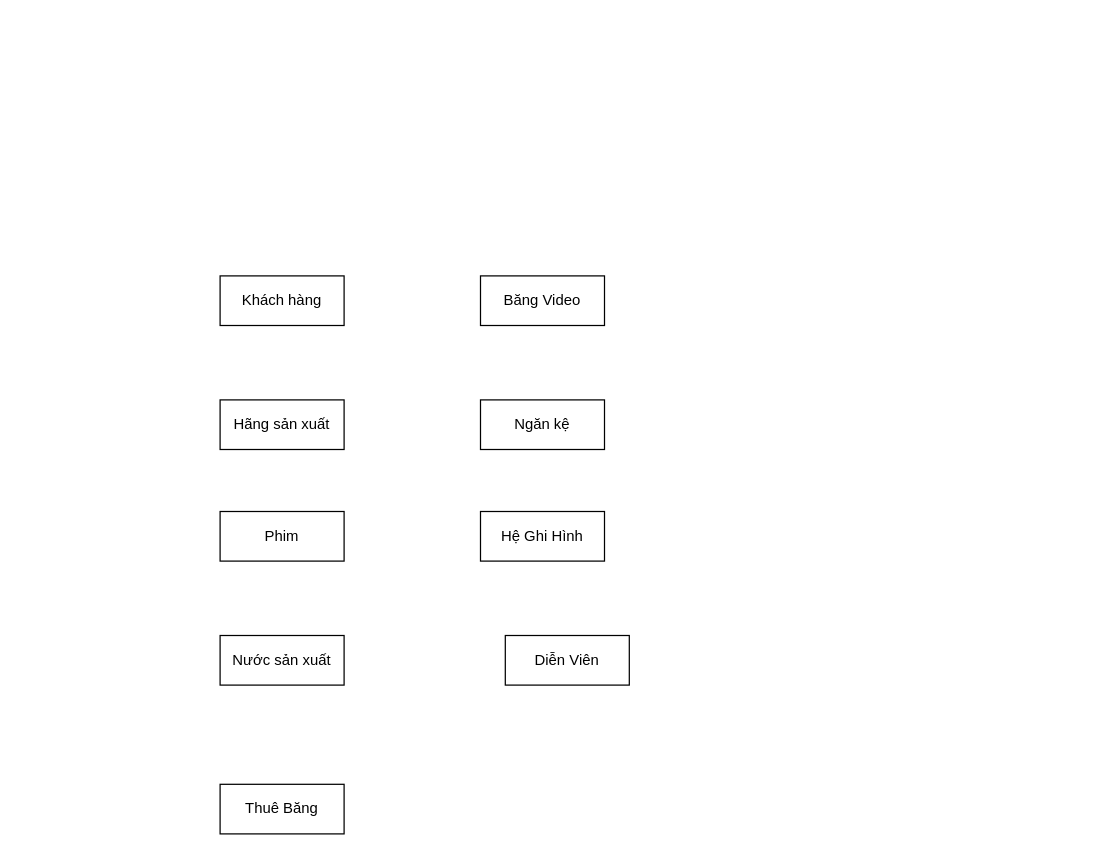
The draw.io diagram DB_HW5_5.drawio in reality8080/DBHW5_5, before the edit. Source tidied: cells renumbered, new cells numbered last; positions are measured from the earlier drawing's top-left corner, leaving out a move shared by most shapes. Both pictures are drawn from the tidied source at 124%, with x=0, y=0 at pixel (219, 275).
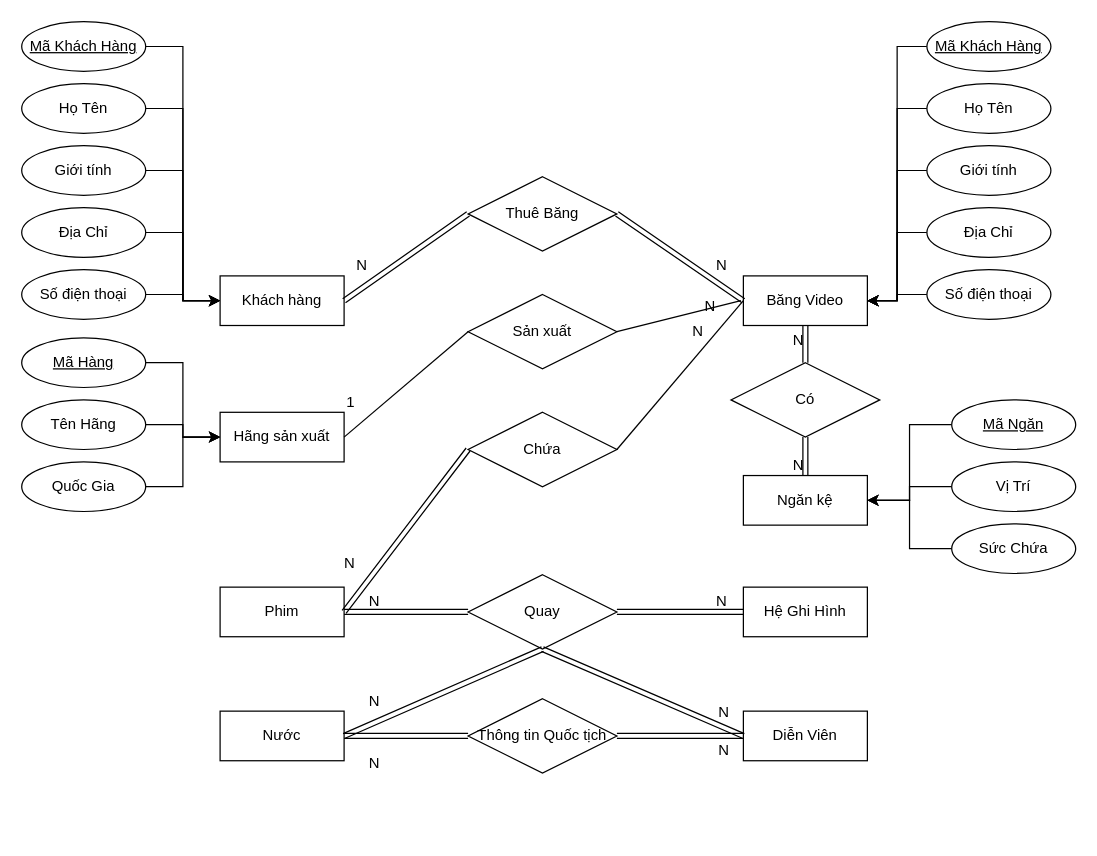
Above is the later version.

The change refers to these unchanged cells:
```xml
<mxCell id="2" value="Khách hàng" style="whiteSpace=wrap;html=1;align=center;" parent="1" vertex="1">
  <mxGeometry width="100" height="40" as="geometry" />
</mxCell>
```

Change to the diagram source:
```diff
@@
     <mxCell id="3" value="Băng Video" style="whiteSpace=wrap;html=1;align=center;" parent="1" vertex="1">
-      <mxGeometry x="210" width="100" height="40" as="geometry" />
+      <mxGeometry x="422" width="100" height="40" as="geometry" />
     </mxCell>
     <mxCell id="4" value="Hãng sản xuất" style="whiteSpace=wrap;html=1;align=center;" parent="1" vertex="1">
-      <mxGeometry y="100" width="100" height="40" as="geometry" />
+      <mxGeometry y="110" width="100" height="40" as="geometry" />
     </mxCell>
     <mxCell id="5" value="Phim" style="whiteSpace=wrap;html=1;align=center;" parent="1" vertex="1">
-      <mxGeometry y="190" width="100" height="40" as="geometry" />
+      <mxGeometry y="251" width="100" height="40" as="geometry" />
     </mxCell>
     <mxCell id="6" value="Ngăn kệ" style="whiteSpace=wrap;html=1;align=center;" parent="1" vertex="1">
-      <mxGeometry x="210" y="100" width="100" height="40" as="geometry" />
+      <mxGeometry x="422" y="161" width="100" height="40" as="geometry" />
     </mxCell>
-    <mxCell id="7" value="Nước sản xuất" style="whiteSpace=wrap;html=1;align=center;" parent="1" vertex="1">
-      <mxGeometry y="290" width="100" height="40" as="geometry" />
+    <mxCell id="7" value="Nước" style="whiteSpace=wrap;html=1;align=center;" parent="1" vertex="1">
+      <mxGeometry y="351" width="100" height="40" as="geometry" />
     </mxCell>
     <mxCell id="8" value="Diễn Viên" style="whiteSpace=wrap;html=1;align=center;" parent="1" vertex="1">
-      <mxGeometry x="230" y="290" width="100" height="40" as="geometry" />
+      <mxGeometry x="422" y="351" width="100" height="40" as="geometry" />
     </mxCell>
     <mxCell id="9" value="Hệ Ghi Hình" style="whiteSpace=wrap;html=1;align=center;" parent="1" vertex="1">
-      <mxGeometry x="210" y="190" width="100" height="40" as="geometry" />
+      <mxGeometry x="422" y="251" width="100" height="40" as="geometry" />
     </mxCell>
-    <mxCell id="10" value="Thuê Băng" style="whiteSpace=wrap;html=1;align=center;" parent="1" vertex="1">
-      <mxGeometry y="410" width="100" height="40" as="geometry" />
+    <mxCell id="10" value="Thuê Băng" style="shape=rhombus;perimeter=rhombusPerimeter;whiteSpace=wrap;html=1;align=center;" parent="1" vertex="1">
+      <mxGeometry x="200" y="-80" width="120" height="60" as="geometry" />
     </mxCell>
+    <mxCell id="11" style="shape=link;html=1;rounded=0;exitX=0;exitY=0.5;exitDx=0;exitDy=0;entryX=1;entryY=0.5;entryDx=0;entryDy=0;" parent="1" edge="1" source="10" target="2">
+      <mxGeometry relative="1" as="geometry" />
+    </mxCell>
+    <mxCell id="12" value="N" style="html=1;whiteSpace=wrap;align=right;verticalAlign=bottom;" parent="11" vertex="1">
+      <mxGeometry x="1" relative="1" as="geometry">
+        <mxPoint x="20" y="-20" as="offset" />
+      </mxGeometry>
+    </mxCell>
+    <mxCell id="13" style="shape=link;html=1;rounded=0;exitX=1;exitY=0.5;exitDx=0;exitDy=0;entryX=0;entryY=0.5;entryDx=0;entryDy=0;" parent="1" edge="1" source="10" target="3">
+      <mxGeometry relative="1" as="geometry" />
+    </mxCell>
+    <mxCell id="14" value="N" style="html=1;whiteSpace=wrap;align=right;verticalAlign=bottom;" parent="13" vertex="1">
+      <mxGeometry x="1" relative="1" as="geometry">
+        <mxPoint x="-12" y="-20" as="offset" />
+      </mxGeometry>
+    </mxCell>
+    <mxCell id="15" value="Sản xuất" style="shape=rhombus;perimeter=rhombusPerimeter;whiteSpace=wrap;html=1;align=center;" parent="1" vertex="1">
+      <mxGeometry x="200" y="15" width="120" height="60" as="geometry" />
+    </mxCell>
+    <mxCell id="16" style="endArrow=none;html=1;rounded=0;exitX=0;exitY=0.5;exitDx=0;exitDy=0;entryX=1;entryY=0.5;entryDx=0;entryDy=0;" parent="1" edge="1" source="15" target="4">
+      <mxGeometry relative="1" as="geometry" />
+    </mxCell>
+    <mxCell id="17" value="1" style="html=1;whiteSpace=wrap;align=right;verticalAlign=bottom;" parent="16" vertex="1">
+      <mxGeometry x="1" relative="1" as="geometry">
+        <mxPoint x="10" y="-20" as="offset" />
+      </mxGeometry>
+    </mxCell>
+    <mxCell id="18" style="endArrow=none;html=1;rounded=0;exitX=1;exitY=0.5;exitDx=0;exitDy=0;" parent="1" edge="1" source="15">
+      <mxGeometry relative="1" as="geometry">
+        <mxPoint x="420" y="20" as="targetPoint" />
+      </mxGeometry>
+    </mxCell>
+    <mxCell id="19" value="N" style="text;html=1;align=center;verticalAlign=middle;strokeColor=none;fillColor=none;" parent="1" vertex="1">
+      <mxGeometry x="380" y="10" width="30" height="30" as="geometry" />
+    </mxCell>
+    <mxCell id="20" value="Có" style="shape=rhombus;perimeter=rhombusPerimeter;whiteSpace=wrap;html=1;align=center;" parent="1" vertex="1">
+      <mxGeometry x="412" y="70" width="120" height="60" as="geometry" />
+    </mxCell>
+    <mxCell id="21" style="shape=link;html=1;rounded=0;exitX=0.5;exitY=1;exitDx=0;exitDy=0;entryX=0.5;entryY=0;entryDx=0;entryDy=0;" parent="1" edge="1" source="20" target="6">
+      <mxGeometry relative="1" as="geometry" />
+    </mxCell>
+    <mxCell id="22" value="N" style="html=1;whiteSpace=wrap;align=right;verticalAlign=bottom;" parent="21" vertex="1">
+      <mxGeometry x="1" relative="1" as="geometry" />
+    </mxCell>
+    <mxCell id="23" style="shape=link;html=1;rounded=0;entryX=0.5;entryY=1;entryDx=0;entryDy=0;" parent="1" edge="1" source="20" target="3">
+      <mxGeometry relative="1" as="geometry" />
+    </mxCell>
+    <mxCell id="24" value="N" style="html=1;whiteSpace=wrap;align=right;verticalAlign=bottom;" parent="23" vertex="1">
+      <mxGeometry x="1" relative="1" as="geometry">
+        <mxPoint y="20" as="offset" />
+      </mxGeometry>
+    </mxCell>
+    <mxCell id="25" value="Chứa" style="shape=rhombus;perimeter=rhombusPerimeter;whiteSpace=wrap;html=1;align=center;" parent="1" vertex="1">
+      <mxGeometry x="200" y="110" width="120" height="60" as="geometry" />
+    </mxCell>
+    <mxCell id="26" style="endArrow=none;html=1;rounded=0;exitX=1;exitY=0.5;exitDx=0;exitDy=0;entryX=0;entryY=0.5;entryDx=0;entryDy=0;" parent="1" edge="1" source="25" target="3">
+      <mxGeometry relative="1" as="geometry" />
+    </mxCell>
+    <mxCell id="27" value="N" style="text;html=1;align=center;verticalAlign=middle;strokeColor=none;fillColor=none;" parent="1" vertex="1">
+      <mxGeometry x="370" y="30" width="30" height="30" as="geometry" />
+    </mxCell>
+    <mxCell id="28" style="shape=link;html=1;rounded=0;exitX=0;exitY=0.5;exitDx=0;exitDy=0;entryX=1;entryY=0.5;entryDx=0;entryDy=0;" parent="1" edge="1" source="25" target="5">
+      <mxGeometry relative="1" as="geometry" />
+    </mxCell>
+    <mxCell id="29" value="N" style="html=1;whiteSpace=wrap;align=right;verticalAlign=bottom;" parent="28" vertex="1">
+      <mxGeometry x="1" relative="1" as="geometry">
+        <mxPoint x="10" y="-31" as="offset" />
+      </mxGeometry>
+    </mxCell>
+    <mxCell id="30" value="Quay" style="shape=rhombus;perimeter=rhombusPerimeter;whiteSpace=wrap;html=1;align=center;" parent="1" vertex="1">
+      <mxGeometry x="200" y="241" width="120" height="60" as="geometry" />
+    </mxCell>
+    <mxCell id="31" style="shape=link;html=1;rounded=0;exitX=0;exitY=0.5;exitDx=0;exitDy=0;entryX=1;entryY=0.5;entryDx=0;entryDy=0;" parent="1" edge="1" source="30" target="5">
+      <mxGeometry relative="1" as="geometry" />
+    </mxCell>
+    <mxCell id="32" value="N" style="html=1;whiteSpace=wrap;align=right;verticalAlign=bottom;" parent="31" vertex="1">
+      <mxGeometry x="1" relative="1" as="geometry">
+        <mxPoint x="30" as="offset" />
+      </mxGeometry>
+    </mxCell>
+    <mxCell id="33" style="shape=link;html=1;rounded=0;exitX=1;exitY=0.5;exitDx=0;exitDy=0;entryX=0;entryY=0.5;entryDx=0;entryDy=0;" parent="1" edge="1" source="30" target="9">
+      <mxGeometry relative="1" as="geometry" />
+    </mxCell>
+    <mxCell id="34" value="N" style="html=1;whiteSpace=wrap;align=right;verticalAlign=bottom;" parent="33" vertex="1">
+      <mxGeometry x="1" relative="1" as="geometry">
+        <mxPoint x="-12" as="offset" />
+      </mxGeometry>
+    </mxCell>
+    <mxCell id="35" style="shape=link;html=1;rounded=0;entryX=1;entryY=0.5;entryDx=0;entryDy=0;exitX=0.5;exitY=1;exitDx=0;exitDy=0;" parent="1" edge="1" source="30" target="7">
+      <mxGeometry relative="1" as="geometry" />
+    </mxCell>
+    <mxCell id="36" value="N" style="html=1;whiteSpace=wrap;align=right;verticalAlign=bottom;" parent="35" vertex="1">
+      <mxGeometry x="1" relative="1" as="geometry">
+        <mxPoint x="30" y="-20" as="offset" />
+      </mxGeometry>
+    </mxCell>
+    <mxCell id="37" style="shape=link;html=1;rounded=0;exitX=0.5;exitY=1;exitDx=0;exitDy=0;entryX=0;entryY=0.5;entryDx=0;entryDy=0;" parent="1" edge="1" source="30" target="8">
+      <mxGeometry relative="1" as="geometry" />
+    </mxCell>
+    <mxCell id="38" value="N" style="html=1;whiteSpace=wrap;align=right;verticalAlign=bottom;" parent="37" vertex="1">
+      <mxGeometry x="1" relative="1" as="geometry">
+        <mxPoint x="-10" y="-11" as="offset" />
+      </mxGeometry>
+    </mxCell>
+    <mxCell id="39" value="Thông tin Quốc tịch" style="shape=rhombus;perimeter=rhombusPerimeter;whiteSpace=wrap;html=1;align=center;" parent="1" vertex="1">
+      <mxGeometry x="200" y="341" width="120" height="60" as="geometry" />
+    </mxCell>
+    <mxCell id="40" style="shape=link;html=1;rounded=0;exitX=0;exitY=0.5;exitDx=0;exitDy=0;entryX=1;entryY=0.5;entryDx=0;entryDy=0;" parent="1" edge="1" source="39" target="7">
+      <mxGeometry relative="1" as="geometry" />
+    </mxCell>
+    <mxCell id="41" value="N" style="html=1;whiteSpace=wrap;align=right;verticalAlign=bottom;" parent="40" vertex="1">
+      <mxGeometry x="1" relative="1" as="geometry">
+        <mxPoint x="30" y="30" as="offset" />
+      </mxGeometry>
+    </mxCell>
+    <mxCell id="42" style="shape=link;html=1;rounded=0;exitX=1;exitY=0.5;exitDx=0;exitDy=0;entryX=0;entryY=0.5;entryDx=0;entryDy=0;" parent="1" edge="1" source="39" target="8">
+      <mxGeometry relative="1" as="geometry" />
+    </mxCell>
+    <mxCell id="43" value="N" style="html=1;whiteSpace=wrap;align=right;verticalAlign=bottom;" parent="42" vertex="1">
+      <mxGeometry x="1" relative="1" as="geometry">
+        <mxPoint x="-10" y="20" as="offset" />
+      </mxGeometry>
+    </mxCell>
+    <mxCell id="44" style="edgeStyle=orthogonalEdgeStyle;rounded=0;jettySize=auto;html=1;exitX=1;exitY=0.5;exitDx=0;exitDy=0;entryX=0;entryY=0.5;entryDx=0;entryDy=0;" parent="1" edge="1" source="45" target="2">
+      <mxGeometry relative="1" as="geometry" />
+    </mxCell>
+    <mxCell id="45" value="Mã Khách Hàng" style="ellipse;whiteSpace=wrap;html=1;align=center;fontStyle=4;" parent="1" vertex="1">
+      <mxGeometry x="-160" y="-205" width="100" height="40" as="geometry" />
+    </mxCell>
+    <mxCell id="46" style="edgeStyle=orthogonalEdgeStyle;rounded=0;jettySize=auto;html=1;exitX=1;exitY=0.5;exitDx=0;exitDy=0;entryX=0;entryY=0.5;entryDx=0;entryDy=0;" parent="1" edge="1" source="47" target="2">
+      <mxGeometry relative="1" as="geometry" />
+    </mxCell>
+    <mxCell id="47" value="Họ Tên" style="ellipse;whiteSpace=wrap;html=1;align=center;" parent="1" vertex="1">
+      <mxGeometry x="-160" y="-155" width="100" height="40" as="geometry" />
+    </mxCell>
+    <mxCell id="48" style="edgeStyle=orthogonalEdgeStyle;rounded=0;jettySize=auto;html=1;exitX=1;exitY=0.5;exitDx=0;exitDy=0;entryX=0;entryY=0.5;entryDx=0;entryDy=0;" parent="1" edge="1" source="49" target="2">
+      <mxGeometry relative="1" as="geometry" />
+    </mxCell>
+    <mxCell id="49" value="Giới tính" style="ellipse;whiteSpace=wrap;html=1;align=center;" parent="1" vertex="1">
+      <mxGeometry x="-160" y="-105" width="100" height="40" as="geometry" />
+    </mxCell>
+    <mxCell id="50" style="edgeStyle=orthogonalEdgeStyle;rounded=0;jettySize=auto;html=1;exitX=1;exitY=0.5;exitDx=0;exitDy=0;entryX=0;entryY=0.5;entryDx=0;entryDy=0;" parent="1" edge="1" source="51" target="2">
+      <mxGeometry relative="1" as="geometry" />
+    </mxCell>
+    <mxCell id="51" value="Địa Chỉ" style="ellipse;whiteSpace=wrap;html=1;align=center;" parent="1" vertex="1">
+      <mxGeometry x="-160" y="-55" width="100" height="40" as="geometry" />
+    </mxCell>
+    <mxCell id="52" style="edgeStyle=orthogonalEdgeStyle;rounded=0;jettySize=auto;html=1;exitX=1;exitY=0.5;exitDx=0;exitDy=0;" parent="1" edge="1" source="53" target="2">
+      <mxGeometry relative="1" as="geometry" />
+    </mxCell>
+    <mxCell id="53" value="Số điện thoại" style="ellipse;whiteSpace=wrap;html=1;align=center;" parent="1" vertex="1">
+      <mxGeometry x="-160" y="-5" width="100" height="40" as="geometry" />
+    </mxCell>
+    <mxCell id="54" style="edgeStyle=orthogonalEdgeStyle;rounded=0;jettySize=auto;html=1;exitX=0;exitY=0.5;exitDx=0;exitDy=0;entryX=1;entryY=0.5;entryDx=0;entryDy=0;" parent="1" edge="1" source="55" target="3">
+      <mxGeometry relative="1" as="geometry" />
+    </mxCell>
+    <mxCell id="55" value="Mã Khách Hàng" style="ellipse;whiteSpace=wrap;html=1;align=center;fontStyle=4;" parent="1" vertex="1">
+      <mxGeometry x="570" y="-205" width="100" height="40" as="geometry" />
+    </mxCell>
+    <mxCell id="56" style="edgeStyle=orthogonalEdgeStyle;rounded=0;jettySize=auto;html=1;exitX=0;exitY=0.5;exitDx=0;exitDy=0;entryX=1;entryY=0.5;entryDx=0;entryDy=0;" parent="1" edge="1" source="57" target="3">
+      <mxGeometry relative="1" as="geometry" />
+    </mxCell>
+    <mxCell id="57" value="Họ Tên" style="ellipse;whiteSpace=wrap;html=1;align=center;" parent="1" vertex="1">
+      <mxGeometry x="570" y="-155" width="100" height="40" as="geometry" />
+    </mxCell>
+    <mxCell id="58" style="edgeStyle=orthogonalEdgeStyle;rounded=0;jettySize=auto;html=1;exitX=0;exitY=0.5;exitDx=0;exitDy=0;entryX=1;entryY=0.5;entryDx=0;entryDy=0;" parent="1" edge="1" source="59" target="3">
+      <mxGeometry relative="1" as="geometry" />
+    </mxCell>
+    <mxCell id="59" value="Giới tính" style="ellipse;whiteSpace=wrap;html=1;align=center;" parent="1" vertex="1">
+      <mxGeometry x="570" y="-105" width="100" height="40" as="geometry" />
+    </mxCell>
+    <mxCell id="60" style="edgeStyle=orthogonalEdgeStyle;rounded=0;jettySize=auto;html=1;exitX=0;exitY=0.5;exitDx=0;exitDy=0;entryX=1;entryY=0.5;entryDx=0;entryDy=0;" parent="1" edge="1" source="61" target="3">
+      <mxGeometry relative="1" as="geometry" />
+    </mxCell>
+    <mxCell id="61" value="Địa Chỉ" style="ellipse;whiteSpace=wrap;html=1;align=center;" parent="1" vertex="1">
+      <mxGeometry x="570" y="-55" width="100" height="40" as="geometry" />
+    </mxCell>
+    <mxCell id="62" style="edgeStyle=orthogonalEdgeStyle;rounded=0;jettySize=auto;html=1;exitX=0;exitY=0.5;exitDx=0;exitDy=0;entryX=1;entryY=0.5;entryDx=0;entryDy=0;" parent="1" edge="1" source="63" target="3">
+      <mxGeometry relative="1" as="geometry" />
+    </mxCell>
+    <mxCell id="63" value="Số điện thoại" style="ellipse;whiteSpace=wrap;html=1;align=center;" parent="1" vertex="1">
+      <mxGeometry x="570" y="-5" width="100" height="40" as="geometry" />
+    </mxCell>
+    <mxCell id="64" style="edgeStyle=orthogonalEdgeStyle;rounded=0;jettySize=auto;html=1;exitX=1;exitY=0.5;exitDx=0;exitDy=0;entryX=0;entryY=0.5;entryDx=0;entryDy=0;" parent="1" edge="1" source="65" target="4">
+      <mxGeometry relative="1" as="geometry" />
+    </mxCell>
+    <mxCell id="65" value="Mã Hàng" style="ellipse;whiteSpace=wrap;html=1;align=center;fontStyle=4;" parent="1" vertex="1">
+      <mxGeometry x="-160" y="50" width="100" height="40" as="geometry" />
+    </mxCell>
+    <mxCell id="66" style="edgeStyle=orthogonalEdgeStyle;rounded=0;jettySize=auto;html=1;exitX=1;exitY=0.5;exitDx=0;exitDy=0;entryX=0;entryY=0.5;entryDx=0;entryDy=0;" parent="1" edge="1" source="67" target="4">
+      <mxGeometry relative="1" as="geometry" />
+    </mxCell>
+    <mxCell id="67" value="Tên Hãng" style="ellipse;whiteSpace=wrap;html=1;align=center;" parent="1" vertex="1">
+      <mxGeometry x="-160" y="100" width="100" height="40" as="geometry" />
+    </mxCell>
+    <mxCell id="68" style="edgeStyle=orthogonalEdgeStyle;rounded=0;jettySize=auto;html=1;exitX=1;exitY=0.5;exitDx=0;exitDy=0;entryX=0;entryY=0.5;entryDx=0;entryDy=0;" parent="1" edge="1" source="69" target="4">
+      <mxGeometry relative="1" as="geometry" />
+    </mxCell>
+    <mxCell id="69" value="Quốc Gia" style="ellipse;whiteSpace=wrap;html=1;align=center;" parent="1" vertex="1">
+      <mxGeometry x="-160" y="150" width="100" height="40" as="geometry" />
+    </mxCell>
+    <mxCell id="70" style="edgeStyle=orthogonalEdgeStyle;rounded=0;jettySize=auto;html=1;exitX=0;exitY=0.5;exitDx=0;exitDy=0;entryX=1;entryY=0.5;entryDx=0;entryDy=0;" parent="1" edge="1" source="71" target="6">
+      <mxGeometry relative="1" as="geometry" />
+    </mxCell>
+    <mxCell id="71" value="Mã Ngăn" style="ellipse;whiteSpace=wrap;html=1;align=center;fontStyle=4;" parent="1" vertex="1">
+      <mxGeometry x="590" y="100" width="100" height="40" as="geometry" />
+    </mxCell>
+    <mxCell id="72" style="edgeStyle=orthogonalEdgeStyle;rounded=0;jettySize=auto;html=1;exitX=0;exitY=0.5;exitDx=0;exitDy=0;entryX=1;entryY=0.5;entryDx=0;entryDy=0;" parent="1" edge="1" source="73" target="6">
+      <mxGeometry relative="1" as="geometry" />
+    </mxCell>
+    <mxCell id="73" value="Vị Trí" style="ellipse;whiteSpace=wrap;html=1;align=center;" parent="1" vertex="1">
+      <mxGeometry x="590" y="150" width="100" height="40" as="geometry" />
+    </mxCell>
+    <mxCell id="74" style="edgeStyle=orthogonalEdgeStyle;rounded=0;jettySize=auto;html=1;exitX=0;exitY=0.5;exitDx=0;exitDy=0;entryX=1;entryY=0.5;entryDx=0;entryDy=0;" parent="1" edge="1" source="75" target="6">
+      <mxGeometry relative="1" as="geometry" />
+    </mxCell>
+    <mxCell id="75" value="Sức Chứa" style="ellipse;whiteSpace=wrap;html=1;align=center;" parent="1" vertex="1">
+      <mxGeometry x="590" y="200" width="100" height="40" as="geometry" />
+    </mxCell>
```
